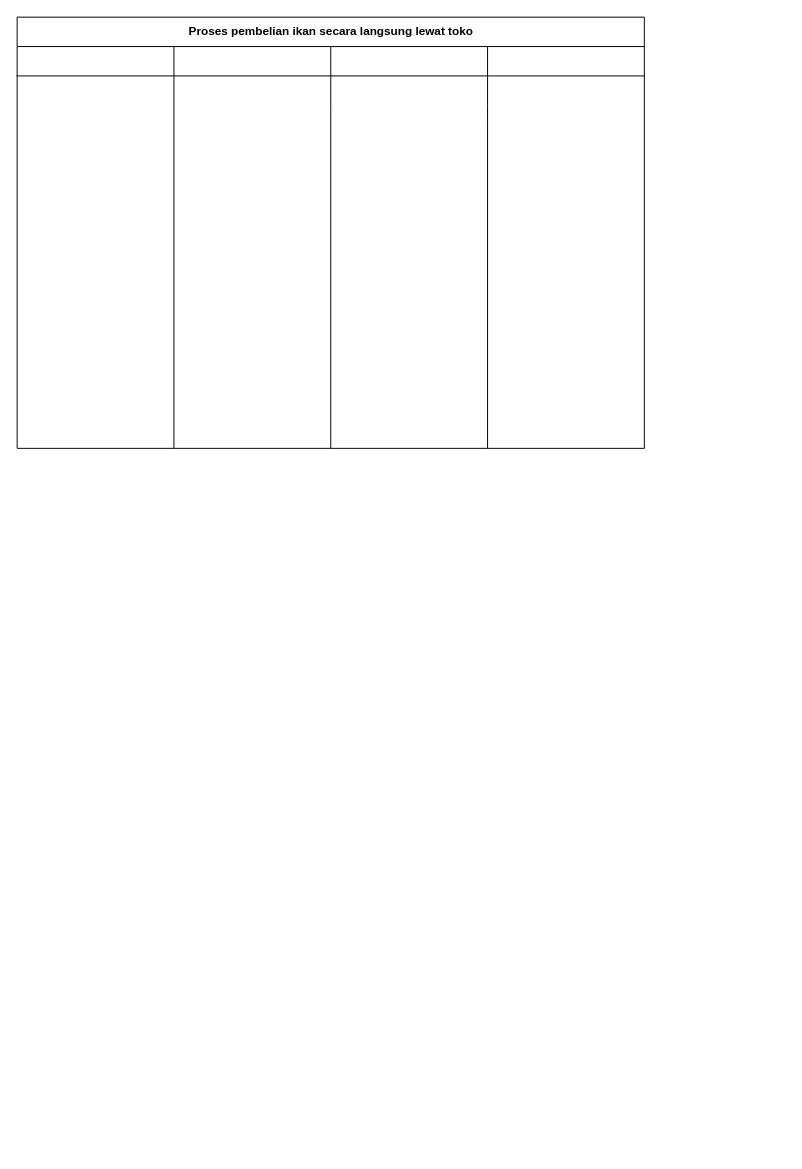
Earlier version of the draw.io diagram ikan langsung .drawio (shinoaaa/drawio). Source tidied: cells renumbered, new cells numbered last; positions are measured from the earlier drawing's top-left corner, leaving out a move shared by most shapes. Both pictures are drawn from the tidied source at 98%, with x=0, y=0 at pixel (17, 17).
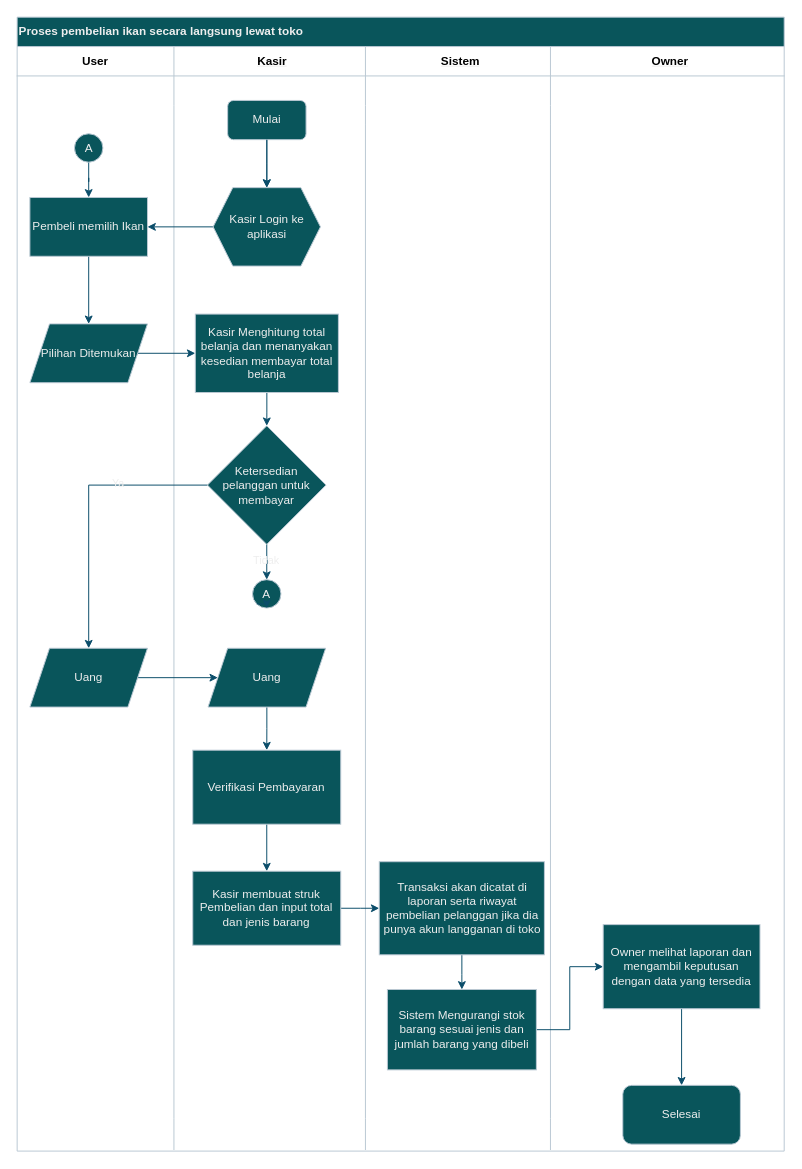
Above is the later version.

Diff of the diagram source:
```diff
@@
-<mxGraphModel>
+<mxGraphModel background="light-dark(#FFFFFF,#FFFFFF)">
@@
-    <mxCell id="2" value="Proses pembelian ikan secara langsung lewat toko" style="shape=table;startSize=30;childLayout=tableLayout;rowLines=0;fontStyle=1;align=center;html=1;" parent="1" vertex="1">
-      <mxGeometry width="640" height="440" as="geometry" />
+    <mxCell id="2" value="Proses pembelian ikan secara langsung lewat toko" style="shape=table;startSize=30;childLayout=tableLayout;rowLines=0;fontStyle=1;align=left;html=1;strokeColor=#BAC8D3;labelBackgroundColor=none;fillColor=#09555B;fontColor=#EEEEEE;" parent="1" vertex="1">
+      <mxGeometry width="782.7" height="1157.1" as="geometry" />
     </mxCell>
-    <mxCell id="3" style="shape=tableRow;horizontal=0;startSize=0;swimlaneHead=0;swimlaneBody=0;fillColor=none;top=0;left=0;right=0;bottom=1;" parent="2" vertex="1">
-      <mxGeometry y="30" width="640" height="30" as="geometry" />
+    <mxCell id="3" style="shape=tableRow;horizontal=0;startSize=0;swimlaneHead=0;swimlaneBody=0;fillColor=none;top=0;left=0;right=0;bottom=1;strokeColor=#BAC8D3;labelBackgroundColor=none;fontColor=#EEEEEE;" parent="2" vertex="1">
+      <mxGeometry y="30" width="782.7" height="30" as="geometry" />
     </mxCell>
-    <mxCell id="4" style="shape=partialRectangle;fillColor=none;top=0;left=0;bottom=0;right=0;fontStyle=1;overflow=hidden;whiteSpace=wrap;html=1;" parent="3" vertex="1">
+    <mxCell id="4" value="&lt;font style=&quot;color: light-dark(rgb(0, 0, 0), rgb(0, 0, 0));&quot;&gt;User&lt;/font&gt;" style="shape=partialRectangle;fillColor=none;top=0;left=0;bottom=0;right=0;fontStyle=1;overflow=hidden;whiteSpace=wrap;html=1;labelBackgroundColor=none;strokeColor=#BAC8D3;fontColor=#EEEEEE;" parent="3" vertex="1">
       <mxGeometry width="160" height="30" as="geometry" />
     </mxCell>
-    <mxCell id="5" style="shape=partialRectangle;fillColor=none;top=0;left=0;bottom=0;right=0;align=left;spacingLeft=6;fontStyle=5;overflow=hidden;whiteSpace=wrap;html=1;" parent="3" vertex="1">
-      <mxGeometry x="160" width="160" height="30" as="geometry" />
+    <mxCell id="5" value="&lt;font style=&quot;color: light-dark(rgb(0, 0, 0), rgb(0, 0, 0));&quot;&gt;Kasir&lt;/font&gt;" style="shape=partialRectangle;fillColor=none;top=0;left=0;bottom=0;right=0;align=center;spacingLeft=6;fontStyle=5;overflow=hidden;whiteSpace=wrap;html=1;labelBackgroundColor=none;strokeColor=#BAC8D3;fontColor=#EEEEEE;" parent="3" vertex="1">
+      <mxGeometry x="160" width="195.4" height="30" as="geometry" />
     </mxCell>
-    <mxCell id="6" style="shape=partialRectangle;fillColor=none;top=0;left=0;bottom=0;right=0;align=left;spacingLeft=6;fontStyle=5;overflow=hidden;whiteSpace=wrap;html=1;" parent="3" vertex="1">
-      <mxGeometry x="320" width="160" height="30" as="geometry" />
+    <mxCell id="6" value="&lt;font style=&quot;color: light-dark(rgb(0, 0, 0), rgb(0, 0, 0));&quot;&gt;Sistem&lt;/font&gt;" style="shape=partialRectangle;fillColor=none;top=0;left=0;bottom=0;right=0;align=center;spacingLeft=6;fontStyle=5;overflow=hidden;whiteSpace=wrap;html=1;strokeColor=#BAC8D3;labelBackgroundColor=none;fontColor=#EEEEEE;" parent="3" vertex="1">
+      <mxGeometry x="355.4" width="188.8" height="30" as="geometry" />
     </mxCell>
-    <mxCell id="7" style="shape=partialRectangle;fillColor=none;top=0;left=0;bottom=0;right=0;align=left;spacingLeft=6;fontStyle=5;overflow=hidden;whiteSpace=wrap;html=1;" parent="3" vertex="1">
-      <mxGeometry x="480" width="160" height="30" as="geometry" />
+    <mxCell id="7" value="&lt;font style=&quot;color: light-dark(rgb(0, 0, 0), rgb(0, 0, 0));&quot;&gt;Owner&lt;/font&gt;" style="shape=partialRectangle;fillColor=none;top=0;left=0;bottom=0;right=0;align=center;spacingLeft=6;fontStyle=5;overflow=hidden;whiteSpace=wrap;html=1;strokeColor=#BAC8D3;labelBackgroundColor=none;fontColor=#EEEEEE;" parent="3" vertex="1">
+      <mxGeometry x="544.2" width="238.6" height="30" as="geometry" />
     </mxCell>
-    <mxCell id="8" style="shape=tableRow;horizontal=0;startSize=0;swimlaneHead=0;swimlaneBody=0;fillColor=none;top=0;left=0;right=0;bottom=0;" parent="2" vertex="1">
-      <mxGeometry y="60" width="640" height="30" as="geometry" />
+    <mxCell id="8" style="shape=tableRow;horizontal=0;startSize=0;swimlaneHead=0;swimlaneBody=0;fillColor=none;top=0;left=0;right=0;bottom=0;labelBackgroundColor=none;strokeColor=#BAC8D3;fontColor=#EEEEEE;" parent="2" vertex="1">
+      <mxGeometry y="60" width="782.7" height="30" as="geometry" />
     </mxCell>
-    <mxCell id="9" style="shape=partialRectangle;fillColor=none;top=0;left=0;bottom=0;right=0;overflow=hidden;whiteSpace=wrap;html=1;" parent="8" vertex="1">
+    <mxCell id="9" style="shape=partialRectangle;fillColor=none;top=0;left=0;bottom=0;right=0;overflow=hidden;whiteSpace=wrap;html=1;labelBackgroundColor=none;strokeColor=#BAC8D3;fontColor=#EEEEEE;" parent="8" vertex="1">
       <mxGeometry width="160" height="30" as="geometry" />
     </mxCell>
-    <mxCell id="10" style="shape=partialRectangle;fillColor=none;top=0;left=0;bottom=0;right=0;align=left;spacingLeft=6;overflow=hidden;whiteSpace=wrap;html=1;" parent="8" vertex="1">
-      <mxGeometry x="160" width="160" height="30" as="geometry" />
+    <mxCell id="10" style="shape=partialRectangle;fillColor=none;top=0;left=0;bottom=0;right=0;align=left;spacingLeft=6;overflow=hidden;whiteSpace=wrap;html=1;labelBackgroundColor=none;strokeColor=#BAC8D3;fontColor=#EEEEEE;" parent="8" vertex="1">
+      <mxGeometry x="160" width="195.4" height="30" as="geometry" />
     </mxCell>
-    <mxCell id="11" style="shape=partialRectangle;fillColor=none;top=0;left=0;bottom=0;right=0;align=left;spacingLeft=6;overflow=hidden;whiteSpace=wrap;html=1;" parent="8" vertex="1">
-      <mxGeometry x="320" width="160" height="30" as="geometry" />
+    <mxCell id="11" style="shape=partialRectangle;fillColor=none;top=0;left=0;bottom=0;right=0;align=left;spacingLeft=6;overflow=hidden;whiteSpace=wrap;html=1;labelBackgroundColor=none;strokeColor=#BAC8D3;fontColor=#EEEEEE;" parent="8" vertex="1">
+      <mxGeometry x="355.4" width="188.8" height="30" as="geometry" />
     </mxCell>
-    <mxCell id="12" style="shape=partialRectangle;fillColor=none;top=0;left=0;bottom=0;right=0;align=left;spacingLeft=6;overflow=hidden;whiteSpace=wrap;html=1;" parent="8" vertex="1">
-      <mxGeometry x="480" width="160" height="30" as="geometry" />
+    <mxCell id="12" style="shape=partialRectangle;fillColor=none;top=0;left=0;bottom=0;right=0;align=left;spacingLeft=6;overflow=hidden;whiteSpace=wrap;html=1;labelBackgroundColor=none;strokeColor=#BAC8D3;fontColor=#EEEEEE;" parent="8" vertex="1">
+      <mxGeometry x="544.2" width="238.6" height="30" as="geometry" />
     </mxCell>
-    <mxCell id="13" style="shape=tableRow;horizontal=0;startSize=0;swimlaneHead=0;swimlaneBody=0;fillColor=none;top=0;left=0;right=0;bottom=0;" parent="2" vertex="1">
-      <mxGeometry y="90" width="640" height="20" as="geometry" />
+    <mxCell id="13" style="shape=tableRow;horizontal=0;startSize=0;swimlaneHead=0;swimlaneBody=0;fillColor=none;top=0;left=0;right=0;bottom=0;labelBackgroundColor=none;strokeColor=#BAC8D3;fontColor=#EEEEEE;" parent="2" vertex="1">
+      <mxGeometry y="90" width="782.7" height="20" as="geometry" />
     </mxCell>
-    <mxCell id="14" style="shape=partialRectangle;fillColor=none;top=0;left=0;bottom=0;right=0;overflow=hidden;whiteSpace=wrap;html=1;" parent="13" vertex="1">
+    <mxCell id="14" style="shape=partialRectangle;fillColor=none;top=0;left=0;bottom=0;right=0;overflow=hidden;whiteSpace=wrap;html=1;labelBackgroundColor=none;strokeColor=#BAC8D3;fontColor=#EEEEEE;" parent="13" vertex="1">
       <mxGeometry width="160" height="20" as="geometry" />
     </mxCell>
-    <mxCell id="15" style="shape=partialRectangle;fillColor=none;top=0;left=0;bottom=0;right=0;align=left;spacingLeft=6;overflow=hidden;whiteSpace=wrap;html=1;" parent="13" vertex="1">
-      <mxGeometry x="160" width="160" height="20" as="geometry" />
+    <mxCell id="15" style="shape=partialRectangle;fillColor=none;top=0;left=0;bottom=0;right=0;align=left;spacingLeft=6;overflow=hidden;whiteSpace=wrap;html=1;labelBackgroundColor=none;strokeColor=#BAC8D3;fontColor=#EEEEEE;" parent="13" vertex="1">
+      <mxGeometry x="160" width="195.4" height="20" as="geometry" />
     </mxCell>
-    <mxCell id="16" style="shape=partialRectangle;fillColor=none;top=0;left=0;bottom=0;right=0;align=left;spacingLeft=6;overflow=hidden;whiteSpace=wrap;html=1;" parent="13" vertex="1">
-      <mxGeometry x="320" width="160" height="20" as="geometry" />
+    <mxCell id="16" style="shape=partialRectangle;fillColor=none;top=0;left=0;bottom=0;right=0;align=left;spacingLeft=6;overflow=hidden;whiteSpace=wrap;html=1;labelBackgroundColor=none;strokeColor=#BAC8D3;fontColor=#EEEEEE;" parent="13" vertex="1">
+      <mxGeometry x="355.4" width="188.8" height="20" as="geometry" />
     </mxCell>
-    <mxCell id="17" style="shape=partialRectangle;fillColor=none;top=0;left=0;bottom=0;right=0;align=left;spacingLeft=6;overflow=hidden;whiteSpace=wrap;html=1;" parent="13" vertex="1">
-      <mxGeometry x="480" width="160" height="20" as="geometry" />
+    <mxCell id="17" style="shape=partialRectangle;fillColor=none;top=0;left=0;bottom=0;right=0;align=left;spacingLeft=6;overflow=hidden;whiteSpace=wrap;html=1;labelBackgroundColor=none;strokeColor=#BAC8D3;fontColor=#EEEEEE;" parent="13" vertex="1">
+      <mxGeometry x="544.2" width="238.6" height="20" as="geometry" />
     </mxCell>
-    <mxCell id="18" style="shape=tableRow;horizontal=0;startSize=0;swimlaneHead=0;swimlaneBody=0;fillColor=none;top=0;left=0;right=0;bottom=0;" parent="2" vertex="1">
-      <mxGeometry y="110" width="640" height="330" as="geometry" />
+    <mxCell id="18" style="shape=tableRow;horizontal=0;startSize=0;swimlaneHead=0;swimlaneBody=0;fillColor=none;top=0;left=0;right=0;bottom=0;labelBackgroundColor=none;strokeColor=#BAC8D3;fontColor=#EEEEEE;" parent="2" vertex="1">
+      <mxGeometry y="110" width="782.7" height="1014" as="geometry" />
     </mxCell>
-    <mxCell id="19" style="shape=partialRectangle;fillColor=none;top=0;left=0;bottom=0;right=0;overflow=hidden;whiteSpace=wrap;html=1;" parent="18" vertex="1">
-      <mxGeometry width="160" height="330" as="geometry" />
+    <mxCell id="19" style="shape=partialRectangle;fillColor=none;top=0;left=0;bottom=0;right=0;overflow=hidden;whiteSpace=wrap;html=1;labelBackgroundColor=none;strokeColor=#BAC8D3;fontColor=#EEEEEE;" parent="18" vertex="1">
+      <mxGeometry width="160" height="1014" as="geometry" />
     </mxCell>
-    <mxCell id="20" style="shape=partialRectangle;fillColor=none;top=0;left=0;bottom=0;right=0;align=left;spacingLeft=6;overflow=hidden;whiteSpace=wrap;html=1;" parent="18" vertex="1">
-      <mxGeometry x="160" width="160" height="330" as="geometry" />
+    <mxCell id="20" style="shape=partialRectangle;fillColor=none;top=0;left=0;bottom=0;right=0;align=left;spacingLeft=6;overflow=hidden;whiteSpace=wrap;html=1;labelBackgroundColor=none;strokeColor=#BAC8D3;fontColor=#EEEEEE;" parent="18" vertex="1">
+      <mxGeometry x="160" width="195.4" height="1014" as="geometry" />
     </mxCell>
-    <mxCell id="21" style="shape=partialRectangle;fillColor=none;top=0;left=0;bottom=0;right=0;align=left;spacingLeft=6;overflow=hidden;whiteSpace=wrap;html=1;" parent="18" vertex="1">
-      <mxGeometry x="320" width="160" height="330" as="geometry" />
+    <mxCell id="21" style="shape=partialRectangle;fillColor=none;top=0;left=0;bottom=0;right=0;align=left;spacingLeft=6;overflow=hidden;whiteSpace=wrap;html=1;labelBackgroundColor=none;strokeColor=#BAC8D3;fontColor=#EEEEEE;" parent="18" vertex="1">
+      <mxGeometry x="355.4" width="188.8" height="1014" as="geometry" />
     </mxCell>
-    <mxCell id="22" style="shape=partialRectangle;fillColor=none;top=0;left=0;bottom=0;right=0;align=left;spacingLeft=6;overflow=hidden;whiteSpace=wrap;html=1;" parent="18" vertex="1">
-      <mxGeometry x="480" width="160" height="330" as="geometry" />
+    <mxCell id="22" style="shape=partialRectangle;fillColor=none;top=0;left=0;bottom=0;right=0;align=left;spacingLeft=6;overflow=hidden;whiteSpace=wrap;html=1;labelBackgroundColor=none;strokeColor=#BAC8D3;fontColor=#EEEEEE;" parent="18" vertex="1">
+      <mxGeometry x="544.2" width="238.6" height="1014" as="geometry" />
     </mxCell>
+    <mxCell id="23" style="shape=tableRow;horizontal=0;startSize=0;swimlaneHead=0;swimlaneBody=0;fillColor=none;top=0;left=0;right=0;bottom=0;labelBackgroundColor=none;strokeColor=#BAC8D3;fontColor=#EEEEEE;" parent="2" vertex="1">
+      <mxGeometry y="1124" width="782.7" height="32" as="geometry" />
+    </mxCell>
+    <mxCell id="24" style="shape=partialRectangle;fillColor=none;top=0;left=0;bottom=0;right=0;overflow=hidden;whiteSpace=wrap;html=1;labelBackgroundColor=none;strokeColor=#BAC8D3;fontColor=#EEEEEE;" parent="23" vertex="1">
+      <mxGeometry width="160" height="32" as="geometry" />
+    </mxCell>
+    <mxCell id="25" style="shape=partialRectangle;fillColor=none;top=0;left=0;bottom=0;right=0;align=left;spacingLeft=6;overflow=hidden;whiteSpace=wrap;html=1;labelBackgroundColor=none;strokeColor=#BAC8D3;fontColor=#EEEEEE;" parent="23" vertex="1">
+      <mxGeometry x="160" width="195.4" height="32" as="geometry" />
+    </mxCell>
+    <mxCell id="26" style="shape=partialRectangle;fillColor=none;top=0;left=0;bottom=0;right=0;align=left;spacingLeft=6;overflow=hidden;whiteSpace=wrap;html=1;labelBackgroundColor=none;strokeColor=#BAC8D3;fontColor=#EEEEEE;" parent="23" vertex="1">
+      <mxGeometry x="355.4" width="188.8" height="32" as="geometry" />
+    </mxCell>
+    <mxCell id="27" style="shape=partialRectangle;fillColor=none;top=0;left=0;bottom=0;right=0;align=left;spacingLeft=6;overflow=hidden;whiteSpace=wrap;html=1;labelBackgroundColor=none;strokeColor=#BAC8D3;fontColor=#EEEEEE;" parent="23" vertex="1">
+      <mxGeometry x="544.2" width="238.6" height="32" as="geometry" />
+    </mxCell>
+    <mxCell id="28" style="edgeStyle=orthogonalEdgeStyle;rounded=0;jettySize=auto;html=1;entryX=0.5;entryY=0;entryDx=0;entryDy=0;fontColor=default;labelBackgroundColor=none;strokeColor=#0B4D6A;" parent="1" edge="1" source="29" target="31">
+      <mxGeometry relative="1" as="geometry" />
+    </mxCell>
+    <mxCell id="29" value="&lt;font&gt;Mulai&lt;/font&gt;" style="rounded=1;whiteSpace=wrap;html=1;fillColor=#09555B;fontColor=#EEEEEE;strokeColor=#BAC8D3;labelBackgroundColor=none;" parent="1" vertex="1">
+      <mxGeometry x="214.8" y="85" width="80" height="40" as="geometry" />
+    </mxCell>
+    <mxCell id="30" style="edgeStyle=orthogonalEdgeStyle;rounded=0;jettySize=auto;html=1;entryX=1;entryY=0.5;entryDx=0;entryDy=0;strokeColor=#0B4D6A;labelBackgroundColor=none;fontColor=default;" parent="1" edge="1" source="31" target="34">
+      <mxGeometry relative="1" as="geometry" />
+    </mxCell>
+    <mxCell id="31" value="&lt;font&gt;Kasir Login ke aplikasi&lt;/font&gt;" style="shape=hexagon;perimeter=hexagonPerimeter2;whiteSpace=wrap;html=1;fixedSize=1;fillColor=#09555B;strokeColor=#BAC8D3;fontColor=#EEEEEE;labelBackgroundColor=none;" parent="1" vertex="1">
+      <mxGeometry x="200" y="174" width="109.5" height="80" as="geometry" />
+    </mxCell>
+    <mxCell id="32" style="edgeStyle=orthogonalEdgeStyle;rounded=0;jettySize=auto;html=1;labelBackgroundColor=none;fontColor=default;strokeColor=#0B4D6A;" parent="1" edge="1" source="29" target="31">
+      <mxGeometry relative="1" as="geometry" />
+    </mxCell>
+    <mxCell id="33" style="edgeStyle=orthogonalEdgeStyle;rounded=0;jettySize=auto;html=1;entryX=0.5;entryY=0;entryDx=0;entryDy=0;strokeColor=#0B4D6A;labelBackgroundColor=none;fontColor=default;" parent="1" edge="1" source="34" target="36">
+      <mxGeometry relative="1" as="geometry" />
+    </mxCell>
+    <mxCell id="34" value="Pembeli memilih Ikan" style="rounded=0;whiteSpace=wrap;html=1;strokeColor=#BAC8D3;fontColor=#EEEEEE;fillColor=#09555B;labelBackgroundColor=none;" parent="1" vertex="1">
+      <mxGeometry x="13" y="184" width="120" height="60" as="geometry" />
+    </mxCell>
+    <mxCell id="35" style="edgeStyle=orthogonalEdgeStyle;rounded=0;jettySize=auto;html=1;entryX=0;entryY=0.5;entryDx=0;entryDy=0;strokeColor=#0B4D6A;labelBackgroundColor=none;fontColor=default;" parent="1" edge="1" source="36" target="38">
+      <mxGeometry relative="1" as="geometry" />
+    </mxCell>
+    <mxCell id="36" value="Pilihan Ditemukan" style="shape=parallelogram;perimeter=parallelogramPerimeter;whiteSpace=wrap;html=1;fixedSize=1;strokeColor=#BAC8D3;fontColor=#EEEEEE;fillColor=#09555B;labelBackgroundColor=none;" parent="1" vertex="1">
+      <mxGeometry x="13" y="313" width="120" height="60" as="geometry" />
+    </mxCell>
+    <mxCell id="37" style="edgeStyle=orthogonalEdgeStyle;rounded=0;jettySize=auto;html=1;entryX=0.5;entryY=0;entryDx=0;entryDy=0;strokeColor=#0B4D6A;labelBackgroundColor=none;fontColor=default;" parent="1" edge="1" source="38" target="43">
+      <mxGeometry relative="1" as="geometry" />
+    </mxCell>
+    <mxCell id="38" value="Kasir Menghitung total belanja dan menanyakan kesedian membayar total belanja" style="rounded=0;whiteSpace=wrap;html=1;strokeColor=#BAC8D3;fontColor=#EEEEEE;fillColor=#09555B;labelBackgroundColor=none;" parent="1" vertex="1">
+      <mxGeometry x="181.8" y="303" width="146" height="80" as="geometry" />
+    </mxCell>
+    <mxCell id="39" style="edgeStyle=orthogonalEdgeStyle;rounded=0;jettySize=auto;html=1;strokeColor=#0B4D6A;labelBackgroundColor=none;fontColor=default;" parent="1" edge="1" source="43" target="46">
+      <mxGeometry relative="1" as="geometry" />
+    </mxCell>
+    <mxCell id="40" value="Tidak" style="edgeLabel;html=1;align=center;verticalAlign=middle;strokeColor=#BAC8D3;fontColor=#EEEEEE;fillColor=#09555B;labelBackgroundColor=none;" parent="39" vertex="1">
+      <mxGeometry x="-0.29" y="-1" relative="1" as="geometry" />
+    </mxCell>
+    <mxCell id="41" style="edgeStyle=orthogonalEdgeStyle;rounded=0;jettySize=auto;html=1;entryX=0.5;entryY=0;entryDx=0;entryDy=0;strokeColor=#0B4D6A;" parent="1" edge="1" source="43" target="53">
+      <mxGeometry relative="1" as="geometry" />
+    </mxCell>
+    <mxCell id="42" value="Ya" style="edgeLabel;html=1;align=center;verticalAlign=middle;strokeColor=#BAC8D3;fontColor=#EEEEEE;fillColor=#09555B;labelBackgroundColor=none;" parent="41" vertex="1">
+      <mxGeometry x="-0.36" y="-2" relative="1" as="geometry" />
+    </mxCell>
+    <mxCell id="43" value="Ketersedian pelanggan untuk membayar" style="rhombus;whiteSpace=wrap;html=1;strokeColor=#BAC8D3;fontColor=#EEEEEE;fillColor=#09555B;labelBackgroundColor=none;" parent="1" vertex="1">
+      <mxGeometry x="194.2" y="417" width="121" height="121" as="geometry" />
+    </mxCell>
+    <mxCell id="44" style="edgeStyle=orthogonalEdgeStyle;rounded=0;jettySize=auto;html=1;entryX=0.5;entryY=0;entryDx=0;entryDy=0;strokeColor=#0B4D6A;labelBackgroundColor=none;fontColor=default;" parent="1" edge="1" source="45" target="34">
+      <mxGeometry relative="1" as="geometry" />
+    </mxCell>
+    <mxCell id="45" value="A" style="ellipse;whiteSpace=wrap;html=1;strokeColor=#BAC8D3;fontColor=#EEEEEE;fillColor=#09555B;labelBackgroundColor=none;" parent="1" vertex="1">
+      <mxGeometry x="58.5" y="119" width="29" height="29" as="geometry" />
+    </mxCell>
+    <mxCell id="46" value="A" style="ellipse;whiteSpace=wrap;html=1;strokeColor=#BAC8D3;fontColor=#EEEEEE;fillColor=#09555B;labelBackgroundColor=none;" parent="1" vertex="1">
+      <mxGeometry x="240.2" y="574" width="29" height="29" as="geometry" />
+    </mxCell>
+    <mxCell id="47" style="edgeStyle=orthogonalEdgeStyle;rounded=0;orthogonalLoop=1;jettySize=auto;html=1;exitX=0;exitY=1;exitDx=0;exitDy=0;entryX=0.5;entryY=1;entryDx=0;entryDy=0;strokeColor=#0B4D6A;labelBackgroundColor=none;fontColor=default;" parent="1" edge="1" source="46" target="46">
+      <mxGeometry relative="1" as="geometry" />
+    </mxCell>
+    <mxCell id="48" style="edgeStyle=orthogonalEdgeStyle;rounded=0;jettySize=auto;html=1;entryX=0;entryY=0.5;entryDx=0;entryDy=0;strokeColor=#0B4D6A;" parent="1" edge="1" source="49" target="57">
+      <mxGeometry relative="1" as="geometry" />
+    </mxCell>
+    <mxCell id="49" value="Kasir membuat struk Pembelian dan input total dan jenis barang" style="rounded=0;whiteSpace=wrap;html=1;strokeColor=#BAC8D3;fontColor=#EEEEEE;fillColor=#09555B;labelBackgroundColor=none;" parent="1" vertex="1">
+      <mxGeometry x="179.2" y="871.5" width="151" height="75.5" as="geometry" />
+    </mxCell>
+    <mxCell id="50" style="edgeStyle=orthogonalEdgeStyle;rounded=0;jettySize=auto;html=1;entryX=0;entryY=0.5;entryDx=0;entryDy=0;strokeColor=#0B4D6A;" parent="1" edge="1" source="51" target="61">
+      <mxGeometry relative="1" as="geometry" />
+    </mxCell>
+    <mxCell id="51" value="Sistem Mengurangi stok barang sesuai jenis dan jumlah barang yang dibeli" style="rounded=0;whiteSpace=wrap;html=1;strokeColor=#BAC8D3;fontColor=#EEEEEE;fillColor=#09555B;labelBackgroundColor=none;" parent="1" vertex="1">
+      <mxGeometry x="377.8" y="992.2" width="152" height="82" as="geometry" />
+    </mxCell>
+    <mxCell id="52" style="edgeStyle=orthogonalEdgeStyle;rounded=0;jettySize=auto;html=1;entryX=0;entryY=0.5;entryDx=0;entryDy=0;strokeColor=#0B4D6A;" parent="1" edge="1" source="53" target="55">
+      <mxGeometry relative="1" as="geometry" />
+    </mxCell>
+    <mxCell id="53" value="Uang" style="shape=parallelogram;perimeter=parallelogramPerimeter;whiteSpace=wrap;html=1;fixedSize=1;strokeColor=#BAC8D3;fontColor=#EEEEEE;fillColor=#09555B;" parent="1" vertex="1">
+      <mxGeometry x="13" y="644" width="120" height="60" as="geometry" />
+    </mxCell>
+    <mxCell id="54" style="edgeStyle=orthogonalEdgeStyle;rounded=0;jettySize=auto;html=1;strokeColor=#0B4D6A;" parent="1" edge="1" source="55" target="59">
+      <mxGeometry relative="1" as="geometry" />
+    </mxCell>
+    <mxCell id="55" value="Uang" style="shape=parallelogram;perimeter=parallelogramPerimeter;whiteSpace=wrap;html=1;fixedSize=1;strokeColor=#BAC8D3;fontColor=#EEEEEE;fillColor=#09555B;" parent="1" vertex="1">
+      <mxGeometry x="194.8" y="644" width="120" height="60" as="geometry" />
+    </mxCell>
+    <mxCell id="56" style="edgeStyle=orthogonalEdgeStyle;rounded=0;jettySize=auto;html=1;entryX=0.5;entryY=0;entryDx=0;entryDy=0;strokeColor=#0B4D6A;" parent="1" edge="1" source="57" target="51">
+      <mxGeometry relative="1" as="geometry" />
+    </mxCell>
+    <mxCell id="57" value="Transaksi akan dicatat di laporan serta riwayat pembelian pelanggan jika dia punya akun langganan di toko" style="rounded=0;whiteSpace=wrap;html=1;strokeColor=#BAC8D3;fontColor=#EEEEEE;fillColor=#09555B;labelBackgroundColor=none;" parent="1" vertex="1">
+      <mxGeometry x="369.5" y="861.8" width="168.5" height="95" as="geometry" />
+    </mxCell>
+    <mxCell id="58" style="edgeStyle=orthogonalEdgeStyle;rounded=0;jettySize=auto;html=1;entryX=0.5;entryY=0;entryDx=0;entryDy=0;strokeColor=#0B4D6A;" parent="1" edge="1" source="59" target="49">
+      <mxGeometry relative="1" as="geometry" />
+    </mxCell>
+    <mxCell id="59" value="Verifikasi Pembayaran" style="rounded=0;whiteSpace=wrap;html=1;strokeColor=#BAC8D3;fontColor=#EEEEEE;fillColor=#09555B;labelBackgroundColor=none;" parent="1" vertex="1">
+      <mxGeometry x="179.2" y="748" width="151" height="75.5" as="geometry" />
+    </mxCell>
+    <mxCell id="60" style="edgeStyle=orthogonalEdgeStyle;rounded=0;jettySize=auto;html=1;entryX=0.5;entryY=0;entryDx=0;entryDy=0;strokeColor=#0B4D6A;" parent="1" edge="1" source="61" target="62">
+      <mxGeometry relative="1" as="geometry" />
+    </mxCell>
+    <mxCell id="61" value="Owner melihat laporan dan mengambil keputusan dengan data yang tersedia" style="rounded=0;whiteSpace=wrap;html=1;strokeColor=#BAC8D3;fontColor=#EEEEEE;fillColor=#09555B;" parent="1" vertex="1">
+      <mxGeometry x="598" y="926" width="160" height="85.8" as="geometry" />
+    </mxCell>
+    <mxCell id="62" value="Selesai" style="rounded=1;whiteSpace=wrap;html=1;strokeColor=#BAC8D3;fontColor=#EEEEEE;fillColor=#09555B;" parent="1" vertex="1">
+      <mxGeometry x="618" y="1090" width="120" height="60" as="geometry" />
+    </mxCell>
```
